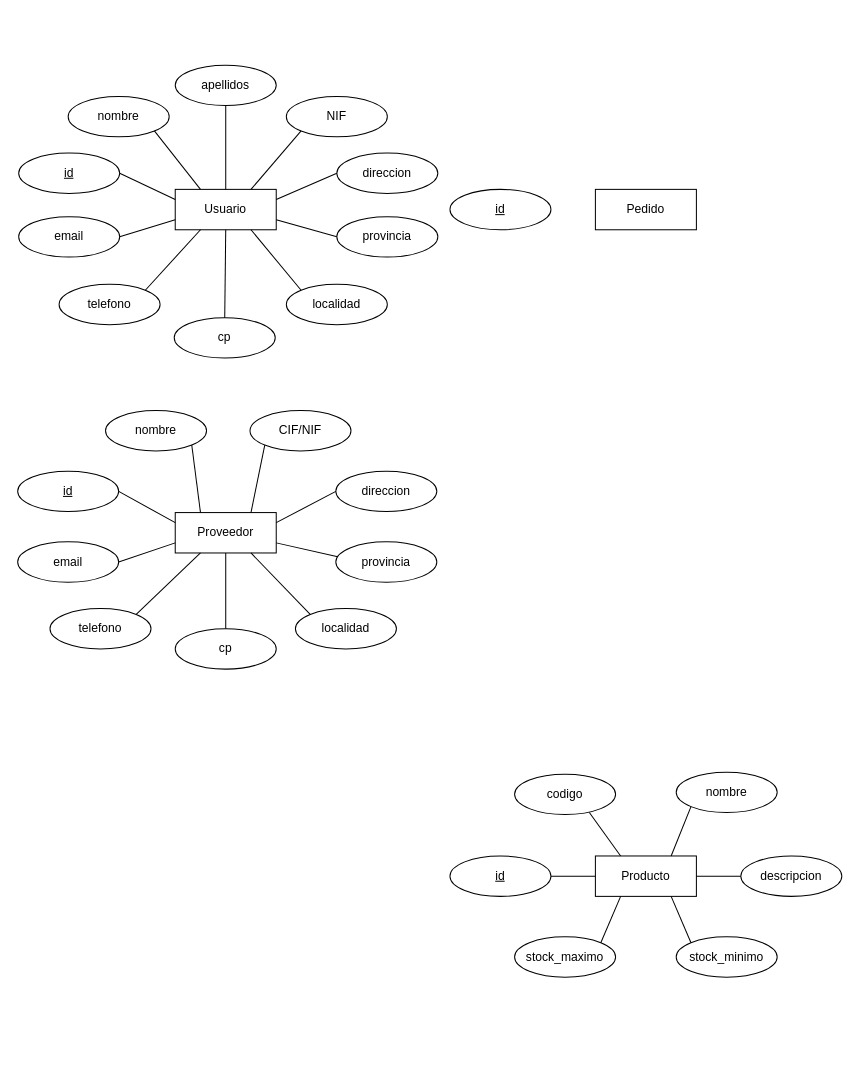
This is Diagrama sin título.drawio from mariopr25/StockAlmacen-ER, a draw.io file, before an edit. Source tidied: cells renumbered, new cells numbered last; positions are measured from the earlier drawing's top-left corner, leaving out a move shared by most shapes. Both pictures are drawn from the tidied source at 101%, with x=0, y=0 at pixel (17, 65).
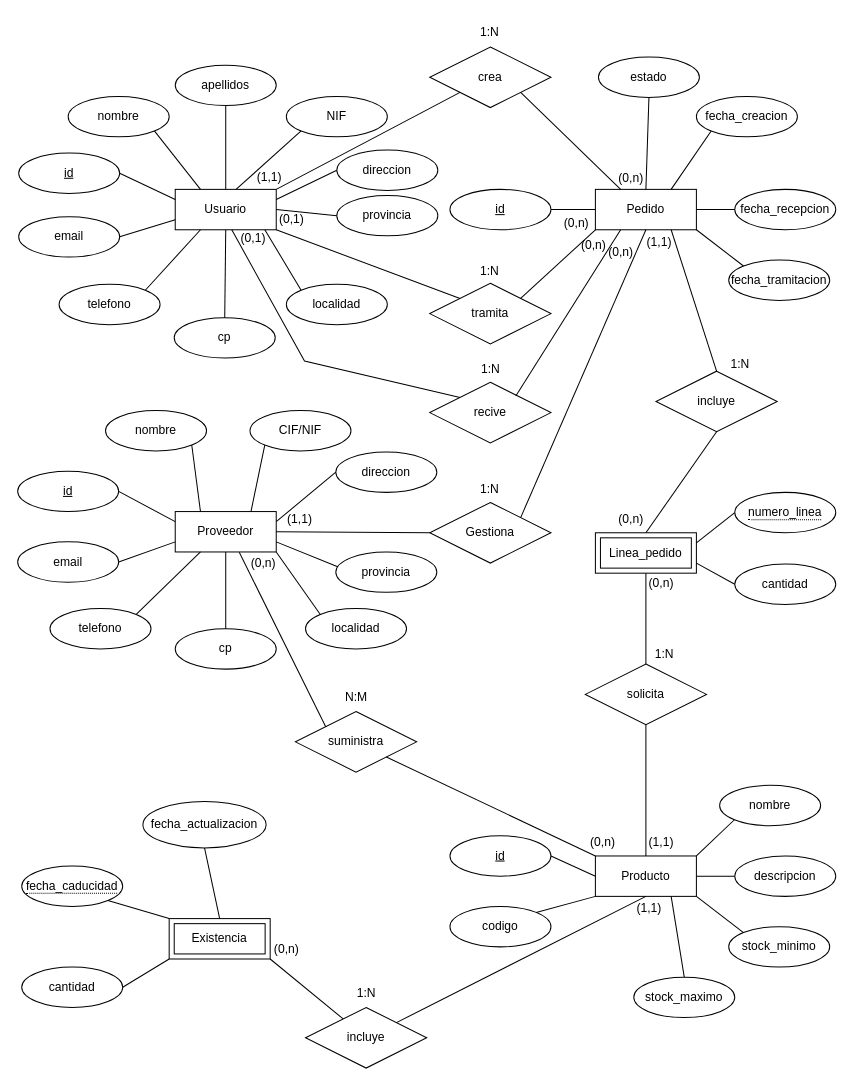
After the change.

Unchanged cells that the change refers to:
```xml
<mxCell id="2" value="&lt;div&gt;Usuario&lt;/div&gt;" style="whiteSpace=wrap;html=1;align=center;" parent="1" vertex="1">
  <mxGeometry x="156" y="123" width="100" height="40" as="geometry" />
</mxCell>
<mxCell id="6" value="&lt;div&gt;NIF&lt;/div&gt;" style="ellipse;whiteSpace=wrap;html=1;align=center;" parent="1" vertex="1">
  <mxGeometry x="266" y="31" width="100" height="40" as="geometry" />
</mxCell>
<mxCell id="9" value="localidad" style="ellipse;whiteSpace=wrap;html=1;align=center;" parent="1" vertex="1">
  <mxGeometry x="266" y="217" width="100" height="40" as="geometry" />
</mxCell>
<mxCell id="23" value="Producto" style="whiteSpace=wrap;html=1;align=center;" parent="1" vertex="1">
  <mxGeometry x="572" y="783" width="100" height="40" as="geometry" />
</mxCell>
<mxCell id="55" value="Pedido" style="whiteSpace=wrap;html=1;align=center;" parent="1" vertex="1">
  <mxGeometry x="572" y="123" width="100" height="40" as="geometry" />
</mxCell>
<mxCell id="56" value="&lt;div&gt;id&lt;/div&gt;" style="ellipse;whiteSpace=wrap;html=1;align=center;fontStyle=4;" parent="1" vertex="1">
  <mxGeometry x="428" y="123" width="100" height="40" as="geometry" />
</mxCell>
```

Change to the diagram source:
```diff
@@
     <mxCell id="7" value="direccion" style="ellipse;whiteSpace=wrap;html=1;align=center;" parent="1" vertex="1">
-      <mxGeometry x="316" y="87" width="100" height="40" as="geometry" />
+      <mxGeometry x="316" y="84" width="100" height="40" as="geometry" />
     </mxCell>
     <mxCell id="8" value="provincia" style="ellipse;whiteSpace=wrap;html=1;align=center;" parent="1" vertex="1">
-      <mxGeometry x="316" y="150" width="100" height="40" as="geometry" />
+      <mxGeometry x="316" y="129" width="100" height="40" as="geometry" />
     </mxCell>
@@
-    <mxCell id="17" style="endArrow=none;html=1;rounded=0;exitX=0;exitY=1;exitDx=0;exitDy=0;entryX=0.75;entryY=0;entryDx=0;entryDy=0;" parent="1" edge="1" source="6" target="2">
+    <mxCell id="17" style="endArrow=none;html=1;rounded=0;exitX=0;exitY=1;exitDx=0;exitDy=0;entryX=0.602;entryY=0;entryDx=0;entryDy=0;entryPerimeter=0;" parent="1" edge="1" source="6" target="2">
       <mxGeometry relative="1" as="geometry" />
     </mxCell>
@@
-    <mxCell id="19" style="endArrow=none;html=1;rounded=0;entryX=0;entryY=0.5;entryDx=0;entryDy=0;exitX=1;exitY=0.75;exitDx=0;exitDy=0;" parent="1" edge="1" source="2" target="8">
+    <mxCell id="19" style="endArrow=none;html=1;rounded=0;entryX=0;entryY=0.5;entryDx=0;entryDy=0;exitX=1;exitY=0.5;exitDx=0;exitDy=0;" parent="1" edge="1" source="2" target="8">
       <mxGeometry relative="1" as="geometry" />
     </mxCell>
-    <mxCell id="20" style="endArrow=none;html=1;rounded=0;entryX=0;entryY=0;entryDx=0;entryDy=0;exitX=0.75;exitY=1;exitDx=0;exitDy=0;" parent="1" edge="1" source="2" target="9">
+    <mxCell id="20" style="endArrow=none;html=1;rounded=0;entryX=0;entryY=0;entryDx=0;entryDy=0;exitX=0.887;exitY=0.998;exitDx=0;exitDy=0;exitPerimeter=0;" parent="1" edge="1" source="2" target="9">
       <mxGeometry relative="1" as="geometry" />
     </mxCell>
@@
     <mxCell id="24" value="&lt;div&gt;id&lt;/div&gt;" style="ellipse;whiteSpace=wrap;html=1;align=center;fontStyle=4;" parent="1" vertex="1">
-      <mxGeometry x="428" y="783" width="100" height="40" as="geometry" />
+      <mxGeometry x="428" y="763" width="100" height="40" as="geometry" />
     </mxCell>
     <mxCell id="25" value="codigo" style="ellipse;whiteSpace=wrap;html=1;align=center;" parent="1" vertex="1">
-      <mxGeometry x="492" y="702" width="100" height="40" as="geometry" />
+      <mxGeometry x="428" y="833" width="100" height="40" as="geometry" />
     </mxCell>
     <mxCell id="26" value="nombre" style="ellipse;whiteSpace=wrap;html=1;align=center;" parent="1" vertex="1">
-      <mxGeometry x="652" y="700" width="100" height="40" as="geometry" />
+      <mxGeometry x="695" y="713" width="100" height="40" as="geometry" />
     </mxCell>
     <mxCell id="27" value="descripcion" style="ellipse;whiteSpace=wrap;html=1;align=center;" parent="1" vertex="1">
-      <mxGeometry x="716" y="783" width="100" height="40" as="geometry" />
+      <mxGeometry x="710" y="783" width="100" height="40" as="geometry" />
     </mxCell>
     <mxCell id="28" value="stock_minimo" style="ellipse;whiteSpace=wrap;html=1;align=center;" parent="1" vertex="1">
-      <mxGeometry x="652" y="863" width="100" height="40" as="geometry" />
+      <mxGeometry x="704" y="853" width="100" height="40" as="geometry" />
     </mxCell>
     <mxCell id="29" value="stock_maximo" style="ellipse;whiteSpace=wrap;html=1;align=center;" parent="1" vertex="1">
-      <mxGeometry x="492" y="863" width="100" height="40" as="geometry" />
+      <mxGeometry x="610" y="903" width="100" height="40" as="geometry" />
     </mxCell>
@@
-    <mxCell id="31" style="endArrow=none;html=1;rounded=0;exitX=0.74;exitY=0.95;exitDx=0;exitDy=0;exitPerimeter=0;entryX=0.25;entryY=0;entryDx=0;entryDy=0;" parent="1" edge="1" source="25" target="23">
+    <mxCell id="31" style="endArrow=none;html=1;rounded=0;exitX=1;exitY=0;exitDx=0;exitDy=0;entryX=0;entryY=1;entryDx=0;entryDy=0;" parent="1" edge="1" source="25" target="23">
       <mxGeometry relative="1" as="geometry" />
     </mxCell>
-    <mxCell id="32" style="endArrow=none;html=1;rounded=0;exitX=0;exitY=1;exitDx=0;exitDy=0;entryX=0.75;entryY=0;entryDx=0;entryDy=0;" parent="1" edge="1" source="26" target="23">
+    <mxCell id="32" style="endArrow=none;html=1;rounded=0;exitX=0;exitY=1;exitDx=0;exitDy=0;entryX=1;entryY=0;entryDx=0;entryDy=0;" parent="1" edge="1" source="26" target="23">
       <mxGeometry relative="1" as="geometry" />
     </mxCell>
@@
-    <mxCell id="34" style="endArrow=none;html=1;rounded=0;entryX=0.25;entryY=1;entryDx=0;entryDy=0;exitX=1;exitY=0;exitDx=0;exitDy=0;" parent="1" edge="1" source="29" target="23">
+    <mxCell id="34" style="endArrow=none;html=1;rounded=0;entryX=0.75;entryY=1;entryDx=0;entryDy=0;exitX=0.5;exitY=0;exitDx=0;exitDy=0;" parent="1" edge="1" source="29" target="23">
       <mxGeometry relative="1" as="geometry" />
     </mxCell>
-    <mxCell id="35" style="endArrow=none;html=1;rounded=0;entryX=0.75;entryY=1;entryDx=0;entryDy=0;exitX=0;exitY=0;exitDx=0;exitDy=0;" parent="1" edge="1" source="28" target="23">
+    <mxCell id="35" style="endArrow=none;html=1;rounded=0;entryX=1;entryY=1;entryDx=0;entryDy=0;exitX=0;exitY=0;exitDx=0;exitDy=0;" parent="1" edge="1" source="28" target="23">
       <mxGeometry relative="1" as="geometry" />
     </mxCell>
     <mxCell id="36" value="Proveedor" style="whiteSpace=wrap;html=1;align=center;" parent="1" vertex="1">
-      <mxGeometry x="156" y="443" width="100" height="40" as="geometry" />
+      <mxGeometry x="156" y="442" width="100" height="40" as="geometry" />
     </mxCell>
@@
     <mxCell id="39" value="direccion" style="ellipse;whiteSpace=wrap;html=1;align=center;" parent="1" vertex="1">
-      <mxGeometry x="315" y="402" width="100" height="40" as="geometry" />
+      <mxGeometry x="315" y="383" width="100" height="40" as="geometry" />
     </mxCell>
     <mxCell id="40" value="provincia" style="ellipse;whiteSpace=wrap;html=1;align=center;" parent="1" vertex="1">
-      <mxGeometry x="315" y="472" width="100" height="40" as="geometry" />
+      <mxGeometry x="315" y="482" width="100" height="40" as="geometry" />
     </mxCell>
     <mxCell id="41" value="localidad" style="ellipse;whiteSpace=wrap;html=1;align=center;" parent="1" vertex="1">
-      <mxGeometry x="275" y="538" width="100" height="40" as="geometry" />
+      <mxGeometry x="285" y="538" width="100" height="40" as="geometry" />
     </mxCell>
@@
-    <mxCell id="48" style="endArrow=none;html=1;rounded=0;exitX=0.75;exitY=1;exitDx=0;exitDy=0;entryX=0;entryY=0;entryDx=0;entryDy=0;" parent="1" edge="1" source="36" target="41">
+    <mxCell id="48" style="endArrow=none;html=1;rounded=0;entryX=0;entryY=0;entryDx=0;entryDy=0;exitX=1;exitY=1;exitDx=0;exitDy=0;" parent="1" edge="1" source="36" target="41">
       <mxGeometry relative="1" as="geometry" />
     </mxCell>
@@
+    <mxCell id="57" value="fecha_creacion" style="ellipse;whiteSpace=wrap;html=1;align=center;" parent="1" vertex="1">
+      <mxGeometry x="672" y="31" width="100" height="40" as="geometry" />
+    </mxCell>
+    <mxCell id="58" value="fecha_tramitacion" style="ellipse;whiteSpace=wrap;html=1;align=center;" parent="1" vertex="1">
+      <mxGeometry x="704" y="193" width="100" height="40" as="geometry" />
+    </mxCell>
+    <mxCell id="59" value="fecha_recepcion" style="ellipse;whiteSpace=wrap;html=1;align=center;" parent="1" vertex="1">
+      <mxGeometry x="710" y="123" width="100" height="40" as="geometry" />
+    </mxCell>
+    <mxCell id="60" style="endArrow=none;html=1;rounded=0;entryX=0;entryY=0.5;entryDx=0;entryDy=0;exitX=1;exitY=0.5;exitDx=0;exitDy=0;" parent="1" edge="1" source="56" target="55">
+      <mxGeometry relative="1" as="geometry" />
+    </mxCell>
+    <mxCell id="61" style="endArrow=none;html=1;rounded=0;entryX=0;entryY=0.5;entryDx=0;entryDy=0;exitX=1;exitY=0.5;exitDx=0;exitDy=0;" parent="1" edge="1" source="55" target="59">
+      <mxGeometry relative="1" as="geometry" />
+    </mxCell>
+    <mxCell id="62" style="endArrow=none;html=1;rounded=0;entryX=0;entryY=0;entryDx=0;entryDy=0;exitX=1;exitY=1;exitDx=0;exitDy=0;" parent="1" edge="1" source="55" target="58">
+      <mxGeometry relative="1" as="geometry" />
+    </mxCell>
+    <mxCell id="63" style="endArrow=none;html=1;rounded=0;entryX=0;entryY=1;entryDx=0;entryDy=0;exitX=0.75;exitY=0;exitDx=0;exitDy=0;" parent="1" edge="1" source="55" target="57">
+      <mxGeometry relative="1" as="geometry" />
+    </mxCell>
+    <mxCell id="64" value="crea" style="shape=rhombus;perimeter=rhombusPerimeter;whiteSpace=wrap;html=1;align=center;" parent="1" vertex="1">
+      <mxGeometry x="408" y="-18" width="120" height="60" as="geometry" />
+    </mxCell>
+    <mxCell id="65" value="tramita" style="shape=rhombus;perimeter=rhombusPerimeter;whiteSpace=wrap;html=1;align=center;" parent="1" vertex="1">
+      <mxGeometry x="408" y="216" width="120" height="60" as="geometry" />
+    </mxCell>
+    <mxCell id="66" value="recive" style="shape=rhombus;perimeter=rhombusPerimeter;whiteSpace=wrap;html=1;align=center;" parent="1" vertex="1">
+      <mxGeometry x="408" y="314" width="120" height="60" as="geometry" />
+    </mxCell>
+    <mxCell id="67" style="endArrow=none;html=1;rounded=0;entryX=0;entryY=1;entryDx=0;entryDy=0;exitX=1;exitY=0;exitDx=0;exitDy=0;" parent="1" edge="1" source="2" target="64">
+      <mxGeometry relative="1" as="geometry" />
+    </mxCell>
+    <mxCell id="68" style="endArrow=none;html=1;rounded=0;entryX=0.25;entryY=0;entryDx=0;entryDy=0;exitX=1;exitY=1;exitDx=0;exitDy=0;" parent="1" edge="1" source="64" target="55">
+      <mxGeometry relative="1" as="geometry" />
+    </mxCell>
+    <mxCell id="69" style="endArrow=none;html=1;rounded=0;entryX=0;entryY=0;entryDx=0;entryDy=0;exitX=1;exitY=1;exitDx=0;exitDy=0;" parent="1" edge="1" source="2" target="65">
+      <mxGeometry relative="1" as="geometry" />
+    </mxCell>
+    <mxCell id="70" style="endArrow=none;html=1;rounded=0;entryX=0;entryY=1;entryDx=0;entryDy=0;exitX=1;exitY=0;exitDx=0;exitDy=0;" parent="1" edge="1" source="65" target="55">
+      <mxGeometry relative="1" as="geometry" />
+    </mxCell>
+    <mxCell id="71" style="endArrow=none;html=1;rounded=0;entryX=0;entryY=0;entryDx=0;entryDy=0;exitX=0.56;exitY=1.002;exitDx=0;exitDy=0;exitPerimeter=0;" parent="1" edge="1" source="2" target="66">
+      <mxGeometry relative="1" as="geometry">
+        <Array as="points">
+          <mxPoint x="284" y="293" />
+        </Array>
+      </mxGeometry>
+    </mxCell>
+    <mxCell id="72" style="endArrow=none;html=1;rounded=0;entryX=0.25;entryY=1;entryDx=0;entryDy=0;exitX=0.71;exitY=0.228;exitDx=0;exitDy=0;exitPerimeter=0;" parent="1" edge="1" source="66" target="55">
+      <mxGeometry relative="1" as="geometry" />
+    </mxCell>
+    <mxCell id="73" value="Linea_pedido" style="shape=ext;margin=3;double=1;whiteSpace=wrap;html=1;align=center;" parent="1" vertex="1">
+      <mxGeometry x="572" y="463" width="100" height="40" as="geometry" />
+    </mxCell>
+    <mxCell id="74" value="incluye" style="shape=rhombus;perimeter=rhombusPerimeter;whiteSpace=wrap;html=1;align=center;" parent="1" vertex="1">
+      <mxGeometry x="632" y="303" width="120" height="60" as="geometry" />
+    </mxCell>
+    <mxCell id="75" style="endArrow=none;html=1;rounded=0;entryX=0.5;entryY=0;entryDx=0;entryDy=0;exitX=0.75;exitY=1;exitDx=0;exitDy=0;" parent="1" edge="1" source="55" target="74">
+      <mxGeometry relative="1" as="geometry" />
+    </mxCell>
+    <mxCell id="76" style="endArrow=none;html=1;rounded=0;entryX=0.5;entryY=0;entryDx=0;entryDy=0;exitX=0.5;exitY=1;exitDx=0;exitDy=0;" parent="1" edge="1" source="74" target="73">
+      <mxGeometry relative="1" as="geometry" />
+    </mxCell>
+    <mxCell id="77" value="solicita" style="shape=rhombus;perimeter=rhombusPerimeter;whiteSpace=wrap;html=1;align=center;" parent="1" vertex="1">
+      <mxGeometry x="562" y="593" width="120" height="60" as="geometry" />
+    </mxCell>
+    <mxCell id="78" style="endArrow=none;html=1;rounded=0;entryX=0.5;entryY=0;entryDx=0;entryDy=0;exitX=0.5;exitY=1;exitDx=0;exitDy=0;" parent="1" edge="1" source="73" target="77">
+      <mxGeometry relative="1" as="geometry" />
+    </mxCell>
+    <mxCell id="79" style="endArrow=none;html=1;rounded=0;entryX=0.5;entryY=1;entryDx=0;entryDy=0;exitX=0.5;exitY=0;exitDx=0;exitDy=0;" parent="1" edge="1" source="23" target="77">
+      <mxGeometry relative="1" as="geometry" />
+    </mxCell>
+    <mxCell id="80" value="&lt;div&gt;cantidad&lt;/div&gt;" style="ellipse;whiteSpace=wrap;html=1;align=center;" parent="1" vertex="1">
+      <mxGeometry x="710" y="494" width="100" height="40" as="geometry" />
+    </mxCell>
+    <mxCell id="81" style="endArrow=none;html=1;rounded=0;entryX=0;entryY=0.5;entryDx=0;entryDy=0;exitX=1;exitY=0.75;exitDx=0;exitDy=0;" parent="1" edge="1" source="73" target="80">
+      <mxGeometry relative="1" as="geometry" />
+    </mxCell>
+    <mxCell id="82" value="suministra" style="shape=rhombus;perimeter=rhombusPerimeter;whiteSpace=wrap;html=1;align=center;" parent="1" vertex="1">
+      <mxGeometry x="275" y="640" width="120" height="60" as="geometry" />
+    </mxCell>
+    <mxCell id="83" style="endArrow=none;html=1;rounded=0;entryX=0;entryY=0;entryDx=0;entryDy=0;exitX=0.634;exitY=1.008;exitDx=0;exitDy=0;exitPerimeter=0;" parent="1" edge="1" source="36" target="82">
+      <mxGeometry relative="1" as="geometry" />
+    </mxCell>
+    <mxCell id="84" style="endArrow=none;html=1;rounded=0;entryX=1;entryY=1;entryDx=0;entryDy=0;exitX=0;exitY=0;exitDx=0;exitDy=0;" parent="1" edge="1" source="23" target="82">
+      <mxGeometry relative="1" as="geometry" />
+    </mxCell>
+    <mxCell id="85" value="&lt;span style=&quot;border-bottom: 1px dotted&quot;&gt;numero_linea&lt;/span&gt;" style="ellipse;whiteSpace=wrap;html=1;align=center;" parent="1" vertex="1">
+      <mxGeometry x="710" y="423" width="100" height="40" as="geometry" />
+    </mxCell>
+    <mxCell id="86" style="endArrow=none;html=1;rounded=0;entryX=0;entryY=0.5;entryDx=0;entryDy=0;exitX=1;exitY=0.25;exitDx=0;exitDy=0;" parent="1" edge="1" source="73" target="85">
+      <mxGeometry relative="1" as="geometry" />
+    </mxCell>
+    <mxCell id="87" value="Gestiona" style="shape=rhombus;perimeter=rhombusPerimeter;whiteSpace=wrap;html=1;align=center;" parent="1" vertex="1">
+      <mxGeometry x="408" y="433" width="120" height="60" as="geometry" />
+    </mxCell>
+    <mxCell id="88" style="endArrow=none;html=1;rounded=0;entryX=0;entryY=0.5;entryDx=0;entryDy=0;exitX=1;exitY=0.5;exitDx=0;exitDy=0;" parent="1" edge="1" source="36" target="87">
+      <mxGeometry relative="1" as="geometry" />
+    </mxCell>
+    <mxCell id="89" style="endArrow=none;html=1;rounded=0;entryX=1;entryY=0;entryDx=0;entryDy=0;exitX=0.5;exitY=1;exitDx=0;exitDy=0;" parent="1" edge="1" source="55" target="87">
+      <mxGeometry relative="1" as="geometry" />
+    </mxCell>
+    <mxCell id="90" value="(0,n)" style="text;html=1;align=center;verticalAlign=middle;strokeColor=none;fillColor=none;" parent="1" vertex="1">
+      <mxGeometry x="582" y="97" width="50" height="30" as="geometry" />
+    </mxCell>
+    <mxCell id="91" value="(1,1)" style="text;html=1;align=center;verticalAlign=middle;strokeColor=none;fillColor=none;" parent="1" vertex="1">
+      <mxGeometry x="224" y="96" width="50" height="30" as="geometry" />
+    </mxCell>
+    <mxCell id="92" value="1:N" style="text;html=1;align=center;verticalAlign=middle;strokeColor=none;fillColor=none;" parent="1" vertex="1">
+      <mxGeometry x="447" y="-47" width="40" height="30" as="geometry" />
+    </mxCell>
+    <mxCell id="93" value="1:N" style="text;html=1;align=center;verticalAlign=middle;strokeColor=none;fillColor=none;" parent="1" vertex="1">
+      <mxGeometry x="447" y="189" width="40" height="30" as="geometry" />
+    </mxCell>
+    <mxCell id="94" value="1:N" style="text;html=1;align=center;verticalAlign=middle;strokeColor=none;fillColor=none;" parent="1" vertex="1">
+      <mxGeometry x="448" y="286" width="40" height="30" as="geometry" />
+    </mxCell>
+    <mxCell id="95" value="(0,1)" style="text;html=1;align=center;verticalAlign=middle;strokeColor=none;fillColor=none;" parent="1" vertex="1">
+      <mxGeometry x="246" y="138" width="50" height="30" as="geometry" />
+    </mxCell>
+    <mxCell id="96" value="(0,1)" style="text;html=1;align=center;verticalAlign=middle;strokeColor=none;fillColor=none;" parent="1" vertex="1">
+      <mxGeometry x="208" y="157" width="50" height="30" as="geometry" />
+    </mxCell>
+    <mxCell id="97" value="(1,1)" style="text;html=1;align=center;verticalAlign=middle;strokeColor=none;fillColor=none;" parent="1" vertex="1">
+      <mxGeometry x="254" y="435" width="50" height="30" as="geometry" />
+    </mxCell>
+    <mxCell id="98" value="(0,n)" style="text;html=1;align=center;verticalAlign=middle;strokeColor=none;fillColor=none;" parent="1" vertex="1">
+      <mxGeometry x="528" y="142" width="50" height="30" as="geometry" />
+    </mxCell>
+    <mxCell id="99" value="(0,n)" style="text;html=1;align=center;verticalAlign=middle;strokeColor=none;fillColor=none;" parent="1" vertex="1">
+      <mxGeometry x="545" y="164" width="50" height="30" as="geometry" />
+    </mxCell>
+    <mxCell id="100" value="(0,n)" style="text;html=1;align=center;verticalAlign=middle;strokeColor=none;fillColor=none;" parent="1" vertex="1">
+      <mxGeometry x="572" y="170" width="50" height="30" as="geometry" />
+    </mxCell>
+    <mxCell id="101" value="1:N" style="text;html=1;align=center;verticalAlign=middle;strokeColor=none;fillColor=none;" parent="1" vertex="1">
+      <mxGeometry x="447" y="405" width="40" height="30" as="geometry" />
+    </mxCell>
+    <mxCell id="102" value="(1,1)" style="text;html=1;align=center;verticalAlign=middle;strokeColor=none;fillColor=none;" parent="1" vertex="1">
+      <mxGeometry x="610" y="161" width="50" height="30" as="geometry" />
+    </mxCell>
+    <mxCell id="103" value="(0,n)" style="text;html=1;align=center;verticalAlign=middle;strokeColor=none;fillColor=none;" parent="1" vertex="1">
+      <mxGeometry x="582" y="435" width="50" height="30" as="geometry" />
+    </mxCell>
+    <mxCell id="104" value="&lt;div&gt;1:N&lt;/div&gt;" style="text;html=1;align=center;verticalAlign=middle;strokeColor=none;fillColor=none;" parent="1" vertex="1">
+      <mxGeometry x="695" y="281" width="40" height="30" as="geometry" />
+    </mxCell>
+    <mxCell id="105" value="(1,1)" style="text;html=1;align=center;verticalAlign=middle;strokeColor=none;fillColor=none;" parent="1" vertex="1">
+      <mxGeometry x="612" y="755" width="50" height="30" as="geometry" />
+    </mxCell>
+    <mxCell id="106" value="(0,n)" style="text;html=1;align=center;verticalAlign=middle;strokeColor=none;fillColor=none;" parent="1" vertex="1">
+      <mxGeometry x="612" y="498" width="50" height="30" as="geometry" />
+    </mxCell>
+    <mxCell id="107" value="1:N" style="text;html=1;align=center;verticalAlign=middle;strokeColor=none;fillColor=none;" parent="1" vertex="1">
+      <mxGeometry x="620" y="568" width="40" height="30" as="geometry" />
+    </mxCell>
+    <mxCell id="108" value="(0,n)" style="text;html=1;align=center;verticalAlign=middle;strokeColor=none;fillColor=none;" parent="1" vertex="1">
+      <mxGeometry x="554" y="755" width="50" height="30" as="geometry" />
+    </mxCell>
+    <mxCell id="109" value="(0,n)" style="text;html=1;align=center;verticalAlign=middle;strokeColor=none;fillColor=none;" parent="1" vertex="1">
+      <mxGeometry x="218" y="478" width="50" height="30" as="geometry" />
+    </mxCell>
+    <mxCell id="110" value="N:M" style="text;html=1;align=center;verticalAlign=middle;strokeColor=none;fillColor=none;" parent="1" vertex="1">
+      <mxGeometry x="310" y="611" width="50" height="30" as="geometry" />
+    </mxCell>
+    <mxCell id="111" value="Existencia" style="shape=ext;margin=3;double=1;whiteSpace=wrap;html=1;align=center;" parent="1" vertex="1">
+      <mxGeometry x="150" y="845" width="100" height="40" as="geometry" />
+    </mxCell>
+    <mxCell id="112" value="&lt;span style=&quot;border-bottom: 1px dotted&quot;&gt;fecha_caducidad&lt;/span&gt;" style="ellipse;whiteSpace=wrap;html=1;align=center;" parent="1" vertex="1">
+      <mxGeometry x="4" y="793" width="100" height="40" as="geometry" />
+    </mxCell>
+    <mxCell id="113" value="cantidad" style="ellipse;whiteSpace=wrap;html=1;align=center;" parent="1" vertex="1">
+      <mxGeometry x="4" y="893" width="100" height="40" as="geometry" />
+    </mxCell>
+    <mxCell id="114" style="endArrow=none;html=1;rounded=0;exitX=1;exitY=1;exitDx=0;exitDy=0;entryX=0;entryY=0;entryDx=0;entryDy=0;" parent="1" edge="1" source="112" target="111">
+      <mxGeometry relative="1" as="geometry" />
+    </mxCell>
+    <mxCell id="115" style="endArrow=none;html=1;rounded=0;exitX=1;exitY=0.5;exitDx=0;exitDy=0;entryX=0;entryY=1;entryDx=0;entryDy=0;" parent="1" edge="1" source="113" target="111">
+      <mxGeometry relative="1" as="geometry" />
+    </mxCell>
+    <mxCell id="116" value="incluye" style="shape=rhombus;perimeter=rhombusPerimeter;whiteSpace=wrap;html=1;align=center;" parent="1" vertex="1">
+      <mxGeometry x="285" y="933" width="120" height="60" as="geometry" />
+    </mxCell>
+    <mxCell id="117" style="endArrow=none;html=1;rounded=0;exitX=1;exitY=1;exitDx=0;exitDy=0;" parent="1" edge="1" source="111" target="116">
+      <mxGeometry relative="1" as="geometry" />
+    </mxCell>
+    <mxCell id="118" style="endArrow=none;html=1;rounded=0;exitX=1;exitY=0;exitDx=0;exitDy=0;entryX=0.5;entryY=1;entryDx=0;entryDy=0;" parent="1" edge="1" source="116" target="23">
+      <mxGeometry relative="1" as="geometry" />
+    </mxCell>
+    <mxCell id="119" value="(1,1)" style="text;html=1;align=center;verticalAlign=middle;strokeColor=none;fillColor=none;" parent="1" vertex="1">
+      <mxGeometry x="600" y="820" width="50" height="30" as="geometry" />
+    </mxCell>
+    <mxCell id="120" value="(0,n)" style="text;html=1;align=center;verticalAlign=middle;strokeColor=none;fillColor=none;" parent="1" vertex="1">
+      <mxGeometry x="241" y="861" width="50" height="30" as="geometry" />
+    </mxCell>
+    <mxCell id="121" value="1:N" style="text;html=1;align=center;verticalAlign=middle;strokeColor=none;fillColor=none;" parent="1" vertex="1">
+      <mxGeometry x="325" y="904" width="40" height="30" as="geometry" />
+    </mxCell>
+    <mxCell id="122" value="fecha_actualizacion" style="ellipse;whiteSpace=wrap;html=1;align=center;" parent="1" vertex="1">
+      <mxGeometry x="124" y="729" width="122" height="46" as="geometry" />
+    </mxCell>
+    <mxCell id="123" style="endArrow=none;html=1;rounded=0;entryX=0.5;entryY=1;entryDx=0;entryDy=0;exitX=0.5;exitY=0;exitDx=0;exitDy=0;" parent="1" edge="1" source="111" target="122">
+      <mxGeometry relative="1" as="geometry" />
+    </mxCell>
+    <mxCell id="124" value="estado" style="ellipse;whiteSpace=wrap;html=1;align=center;" parent="1" vertex="1">
+      <mxGeometry x="575" y="-8" width="100" height="40" as="geometry" />
+    </mxCell>
+    <mxCell id="125" style="endArrow=none;html=1;rounded=0;entryX=0.5;entryY=1;entryDx=0;entryDy=0;exitX=0.5;exitY=0;exitDx=0;exitDy=0;" parent="1" edge="1" source="55" target="124">
+      <mxGeometry relative="1" as="geometry" />
+    </mxCell>
```
